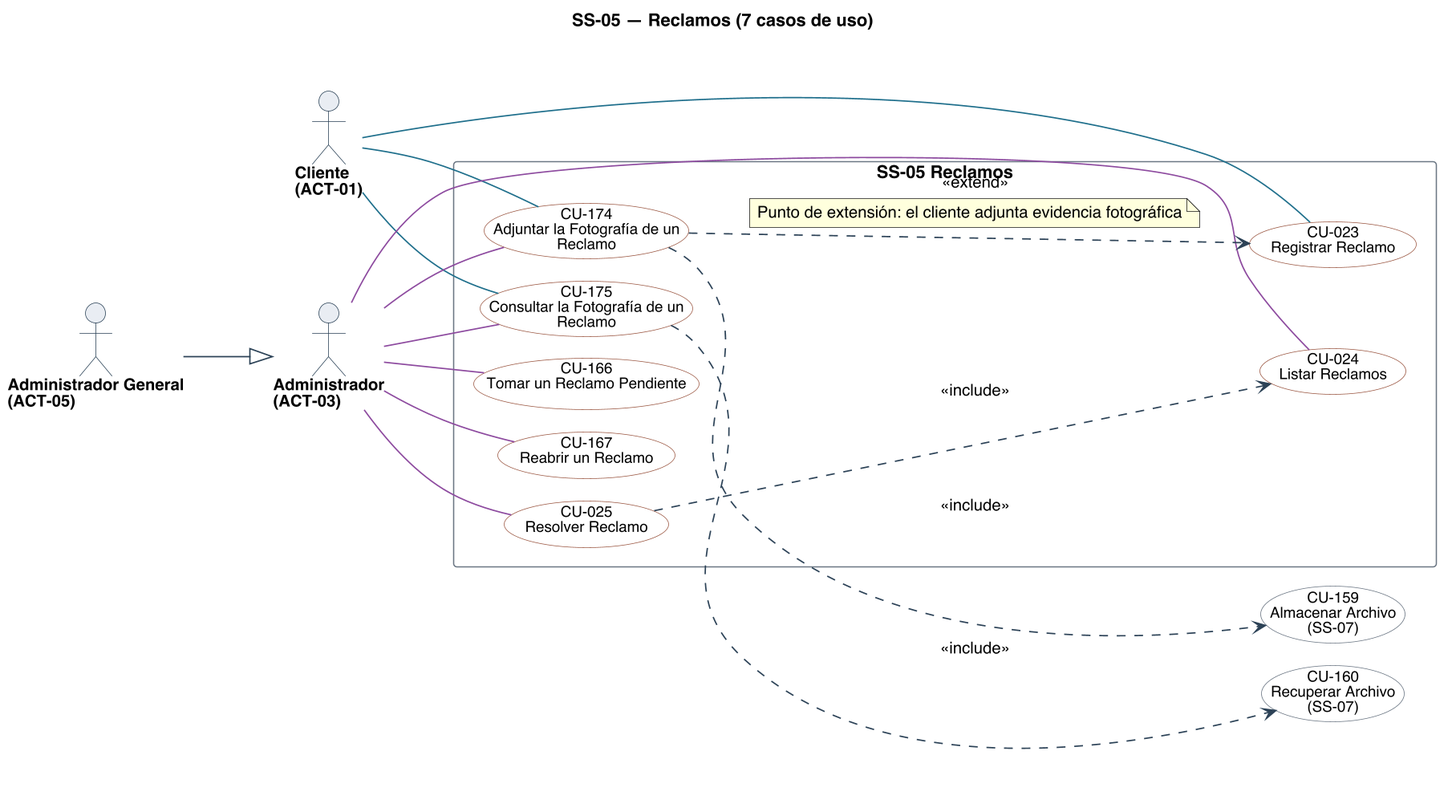
Nahuelito-Dev/splg-docs keeps this PlantUML diagram as diagramas/uml/CU_SS-05_Reclamos.png. Above is the earlier version.
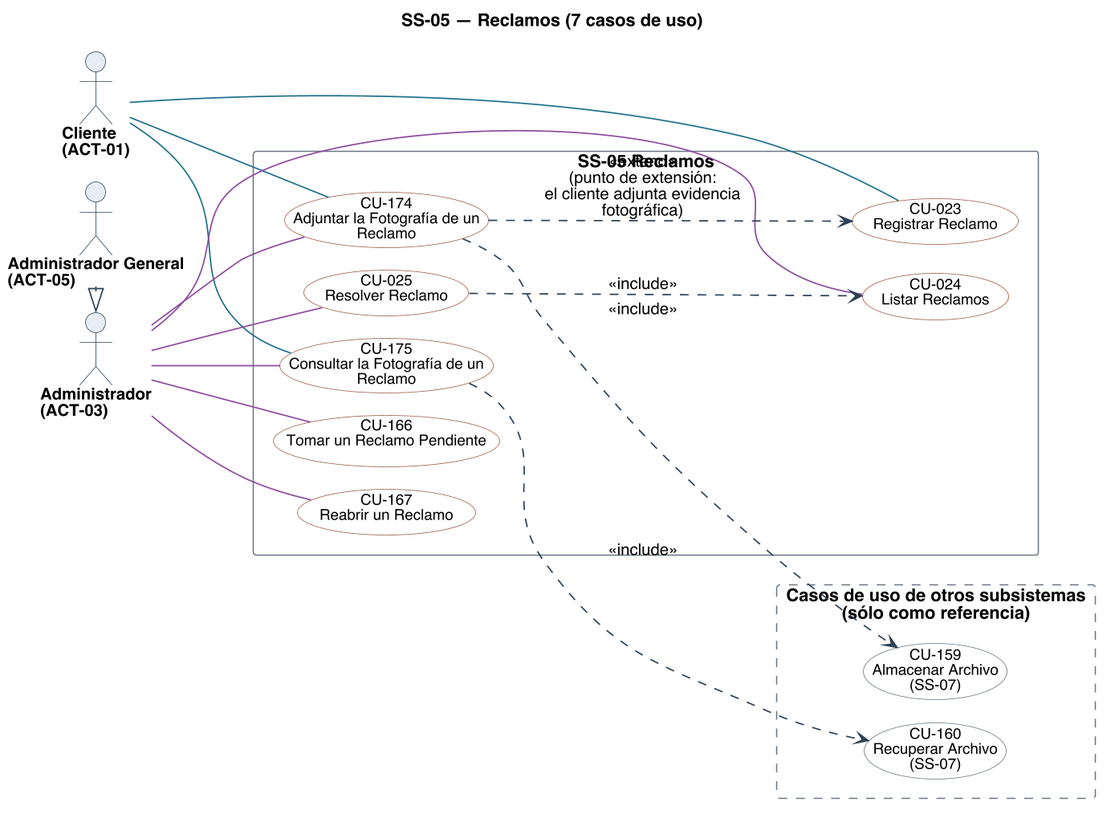
After the change.

What changed in the source:
```diff
@@ -48,8 +48,10 @@
   usecase "CU-175\nConsultar la Fotografía de un\nReclamo" as U175 #back:FFFFFF;line:9C5A46
 }
 
-usecase "CU-159\nAlmacenar Archivo\n(SS-07)" as U159 #back:FFFFFF;line:6B7683
-usecase "CU-160\nRecuperar Archivo\n(SS-07)" as U160 #back:FFFFFF;line:6B7683
+rectangle "Casos de uso de otros subsistemas\n(sólo como referencia)" as OTROS #back:FFFFFF;line:6B7683;line.dashed {
+  usecase "CU-159\nAlmacenar Archivo\n(SS-07)" as U159 #back:FFFFFF;line:6B7683
+  usecase "CU-160\nRecuperar Archivo\n(SS-07)" as U160 #back:FFFFFF;line:6B7683
+}
 
 A01 -[#1F6F8B]- U023
 A01 -[#1F6F8B]- U174
@@ -60,15 +62,12 @@
 A03 -[#8C4A9E]- U167
 A03 -[#8C4A9E]- U174
 A03 -[#8C4A9E]- U175
-A05 --|> A03
+A05 -right-|> A03
 
 U025 ..> U024 : <<include>>
 U174 ..> U159 : <<include>>
 U175 ..> U160 : <<include>>
 
-U174 ..> U023 : <<extend>>
-note on link
-  Punto de extensión: el cliente adjunta evidencia fotográfica
-end note
+U174 ..> U023 : <<extend>>\n(punto de extensión:\nel cliente adjunta evidencia\nfotográfica)
 
 @enduml
```
